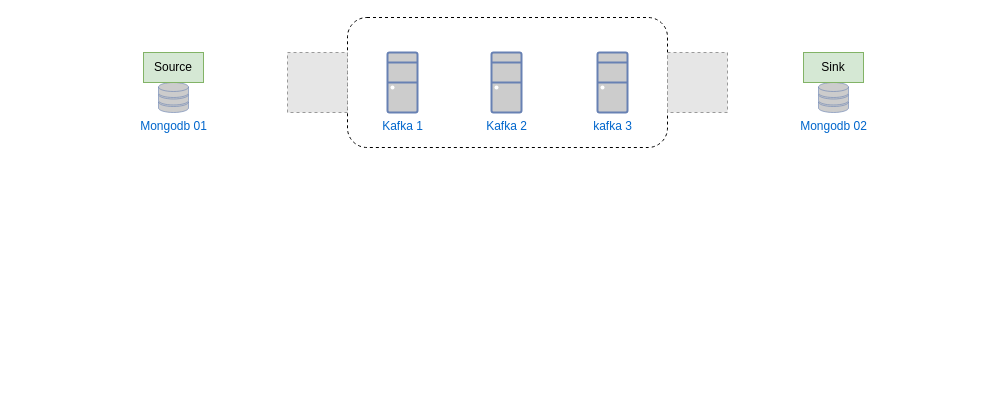
The draw.io diagram Kafka-Connector.drawio in khinhvuphiduong/diagrams.net, before the edit. Source tidied: cells renumbered, new cells numbered last; positions are measured from the earlier drawing's top-left corner, leaving out a move shared by most shapes. Both pictures are drawn from the tidied source at 100%, with x=0, y=0 at pixel (143, 17). Pictures stored in the file or linked from it are replaced by grey dashed boxes.
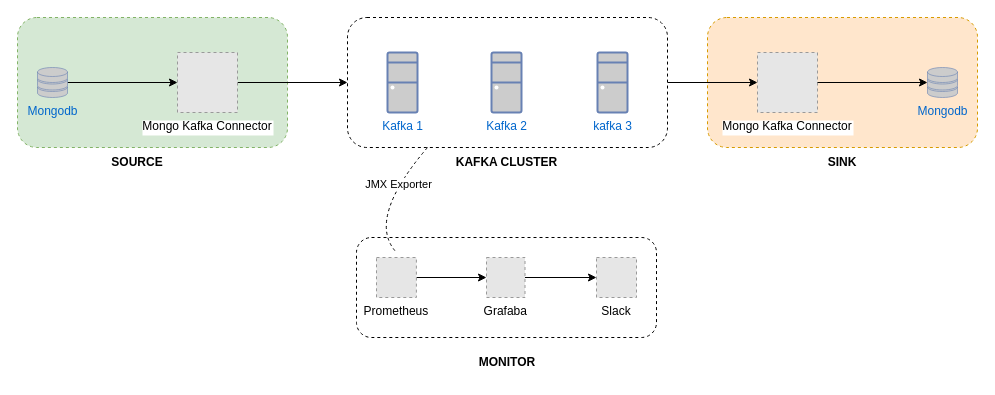
Above is the later version.

Unchanged cells that the change refers to:
```xml
<mxCell id="2" style="rounded=1;whiteSpace=wrap;html=1;dashed=1;" parent="1" vertex="1">
  <mxGeometry x="204" width="320" height="130" as="geometry" />
</mxCell>
```

Diff of the diagram source:
```diff
@@
+    <mxCell id="13" style="rounded=1;whiteSpace=wrap;html=1;dashed=1;" parent="1" vertex="1">
+      <mxGeometry x="213" y="220" width="300" height="100" as="geometry" />
+    </mxCell>
+    <mxCell id="14" style="rounded=1;whiteSpace=wrap;html=1;dashed=1;fillColor=#ffe6cc;strokeColor=#d79b00;" parent="1" vertex="1">
+      <mxGeometry x="564" width="270" height="130" as="geometry" />
+    </mxCell>
+    <mxCell id="15" style="rounded=1;whiteSpace=wrap;html=1;dashed=1;fillColor=#d5e8d4;strokeColor=#82b366;" parent="1" vertex="1">
+      <mxGeometry x="-126" width="270" height="130" as="geometry" />
+    </mxCell>
+    <mxCell id="16" style="edgeStyle=orthogonalEdgeStyle;rounded=0;jettySize=auto;html=1;" parent="1" edge="1" source="2" target="12">
+      <mxGeometry relative="1" as="geometry" />
+    </mxCell>
@@
+    <mxCell id="17" style="edgeStyle=orthogonalEdgeStyle;rounded=0;jettySize=auto;html=1;" parent="1" edge="1" source="6" target="11">
+      <mxGeometry relative="1" as="geometry" />
+    </mxCell>
-    <mxCell id="6" value="Mongodb 01" style="fontColor=#0066CC;verticalAlign=top;verticalLabelPosition=bottom;labelPosition=center;align=center;html=1;outlineConnect=0;fillColor=#CCCCCC;strokeColor=#6881B3;gradientColor=none;gradientDirection=north;strokeWidth=2;shape=mxgraph.networks.storage;" parent="1" vertex="1">
-      <mxGeometry x="15" y="65" width="30" height="30" as="geometry" />
+    <mxCell id="6" value="Mongodb" style="fontColor=#0066CC;verticalAlign=top;verticalLabelPosition=bottom;labelPosition=center;align=center;html=1;outlineConnect=0;fillColor=#CCCCCC;strokeColor=#6881B3;gradientColor=none;gradientDirection=north;strokeWidth=2;shape=mxgraph.networks.storage;" parent="1" vertex="1">
+      <mxGeometry x="-106" y="50" width="30" height="30" as="geometry" />
     </mxCell>
-    <mxCell id="7" value="Source" style="text;html=1;align=center;verticalAlign=middle;whiteSpace=wrap;rounded=0;fillColor=#d5e8d4;strokeColor=#82b366;" parent="1" vertex="1">
-      <mxGeometry y="35" width="60" height="30" as="geometry" />
-    </mxCell>
-    <mxCell id="8" style="group;" parent="1" vertex="1">
-      <mxGeometry x="660" y="35" width="60" height="60" as="geometry" />
-    </mxCell>
-    <mxCell id="9" value="Mongodb 02" style="fontColor=#0066CC;verticalAlign=top;verticalLabelPosition=bottom;labelPosition=center;align=center;html=1;outlineConnect=0;fillColor=#CCCCCC;strokeColor=#6881B3;gradientColor=none;gradientDirection=north;strokeWidth=2;shape=mxgraph.networks.storage;" parent="8" vertex="1">
-      <mxGeometry x="15" y="30" width="30" height="30" as="geometry" />
-    </mxCell>
-    <mxCell id="10" value="Sink" style="text;html=1;align=center;verticalAlign=middle;whiteSpace=wrap;rounded=0;fillColor=#d5e8d4;strokeColor=#82b366;" parent="8" vertex="1">
-      <mxGeometry width="60" height="30" as="geometry" />
-    </mxCell>
+    <mxCell id="18" style="edgeStyle=orthogonalEdgeStyle;rounded=0;jettySize=auto;html=1;entryX=0;entryY=0.5;entryDx=0;entryDy=0;" parent="1" edge="1" source="11" target="2">
+      <mxGeometry relative="1" as="geometry" />
+    </mxCell>
-    <mxCell id="11" style="fillColor=#E6E6E6;strokeColor=#999999;dashed=1;verticalLabelPosition=bottom;labelBackgroundColor=default;verticalAlign=top;" parent="1" vertex="1">
-      <mxGeometry x="144" y="35" width="60" height="60" as="geometry" />
+    <mxCell id="11" value="Mongo Kafka Connector" style="fillColor=#E6E6E6;strokeColor=#999999;dashed=1;verticalLabelPosition=bottom;labelBackgroundColor=default;verticalAlign=top;" parent="1" vertex="1">
+      <mxGeometry x="34" y="35" width="60" height="60" as="geometry" />
     </mxCell>
-    <mxCell id="12" style="fillColor=#E6E6E6;strokeColor=#999999;dashed=1;verticalLabelPosition=bottom;labelBackgroundColor=default;verticalAlign=top;" parent="1" vertex="1">
-      <mxGeometry x="524" y="35" width="60" height="60" as="geometry" />
+    <mxCell id="12" value="Mongo Kafka Connector" style="fillColor=#E6E6E6;strokeColor=#999999;dashed=1;verticalLabelPosition=bottom;labelBackgroundColor=default;verticalAlign=top;" parent="1" vertex="1">
+      <mxGeometry x="614" y="35" width="60" height="60" as="geometry" />
     </mxCell>
+    <mxCell id="9" value="Mongodb" style="fontColor=#0066CC;verticalAlign=top;verticalLabelPosition=bottom;labelPosition=center;align=center;html=1;outlineConnect=0;fillColor=#CCCCCC;strokeColor=#6881B3;gradientColor=none;gradientDirection=north;strokeWidth=2;shape=mxgraph.networks.storage;" parent="1" vertex="1">
+      <mxGeometry x="784" y="50" width="30" height="30" as="geometry" />
+    </mxCell>
+    <mxCell id="19" style="edgeStyle=orthogonalEdgeStyle;rounded=0;jettySize=auto;html=1;entryX=0;entryY=0.5;entryDx=0;entryDy=0;entryPerimeter=0;" parent="1" edge="1" source="12" target="9">
+      <mxGeometry relative="1" as="geometry" />
+    </mxCell>
+    <mxCell id="20" style="edgeStyle=orthogonalEdgeStyle;rounded=0;jettySize=auto;html=1;entryX=0;entryY=0.5;entryDx=0;entryDy=0;" parent="1" edge="1" source="21" target="23">
+      <mxGeometry relative="1" as="geometry" />
+    </mxCell>
+    <mxCell id="21" value="Prometheus" style="fillColor=#E6E6E6;strokeColor=#999999;dashed=1;verticalLabelPosition=bottom;labelBackgroundColor=default;verticalAlign=top;" parent="1" vertex="1">
+      <mxGeometry x="233" y="240" width="39.9" height="40" as="geometry" />
+    </mxCell>
+    <mxCell id="22" style="edgeStyle=orthogonalEdgeStyle;rounded=0;jettySize=auto;html=1;entryX=0;entryY=0.5;entryDx=0;entryDy=0;" parent="1" edge="1" source="23" target="24">
+      <mxGeometry relative="1" as="geometry" />
+    </mxCell>
+    <mxCell id="23" value="Grafaba" style="fillColor=#E6E6E6;strokeColor=#999999;dashed=1;verticalLabelPosition=bottom;labelBackgroundColor=default;verticalAlign=top;" parent="1" vertex="1">
+      <mxGeometry x="343" y="240" width="38.5" height="40" as="geometry" />
+    </mxCell>
+    <mxCell id="24" value="Slack" style="fillColor=#E6E6E6;strokeColor=#999999;dashed=1;verticalLabelPosition=bottom;labelBackgroundColor=default;verticalAlign=top;" parent="1" vertex="1">
+      <mxGeometry x="453" y="240" width="40" height="40" as="geometry" />
+    </mxCell>
+    <mxCell id="25" value="SOURCE" style="text;html=1;align=center;verticalAlign=middle;whiteSpace=wrap;rounded=0;fontStyle=1;" parent="1" vertex="1">
+      <mxGeometry x="-36" y="130" width="60" height="30" as="geometry" />
+    </mxCell>
+    <mxCell id="26" value="SINK" style="text;html=1;align=center;verticalAlign=middle;whiteSpace=wrap;rounded=0;fontStyle=1;" parent="1" vertex="1">
+      <mxGeometry x="669" y="130" width="60" height="30" as="geometry" />
+    </mxCell>
+    <mxCell id="27" value="KAFKA CLUSTER" style="text;html=1;align=center;verticalAlign=middle;whiteSpace=wrap;rounded=0;fontStyle=1;" parent="1" vertex="1">
+      <mxGeometry x="305.5" y="130" width="115" height="30" as="geometry" />
+    </mxCell>
+    <mxCell id="28" value="MONITOR" style="text;html=1;align=center;verticalAlign=middle;whiteSpace=wrap;rounded=0;fontStyle=1;" parent="1" vertex="1">
+      <mxGeometry x="334" y="330" width="60" height="30" as="geometry" />
+    </mxCell>
+    <mxCell id="29" style="curved=1;endArrow=none;html=1;rounded=0;entryX=0.46;entryY=-0.172;entryDx=0;entryDy=0;entryPerimeter=0;exitX=0.25;exitY=1;exitDx=0;exitDy=0;endFill=0;dashed=1;" parent="1" edge="1" source="2" target="21">
+      <mxGeometry relative="1" as="geometry">
+        <Array as="points">
+          <mxPoint x="224" y="200" />
+        </Array>
+      </mxGeometry>
+    </mxCell>
+    <mxCell id="30" value="JMX Exporter" style="edgeLabel;html=1;align=center;verticalAlign=middle;" parent="29" vertex="1">
+      <mxGeometry x="-0.31" y="2" relative="1" as="geometry" />
+    </mxCell>
```
